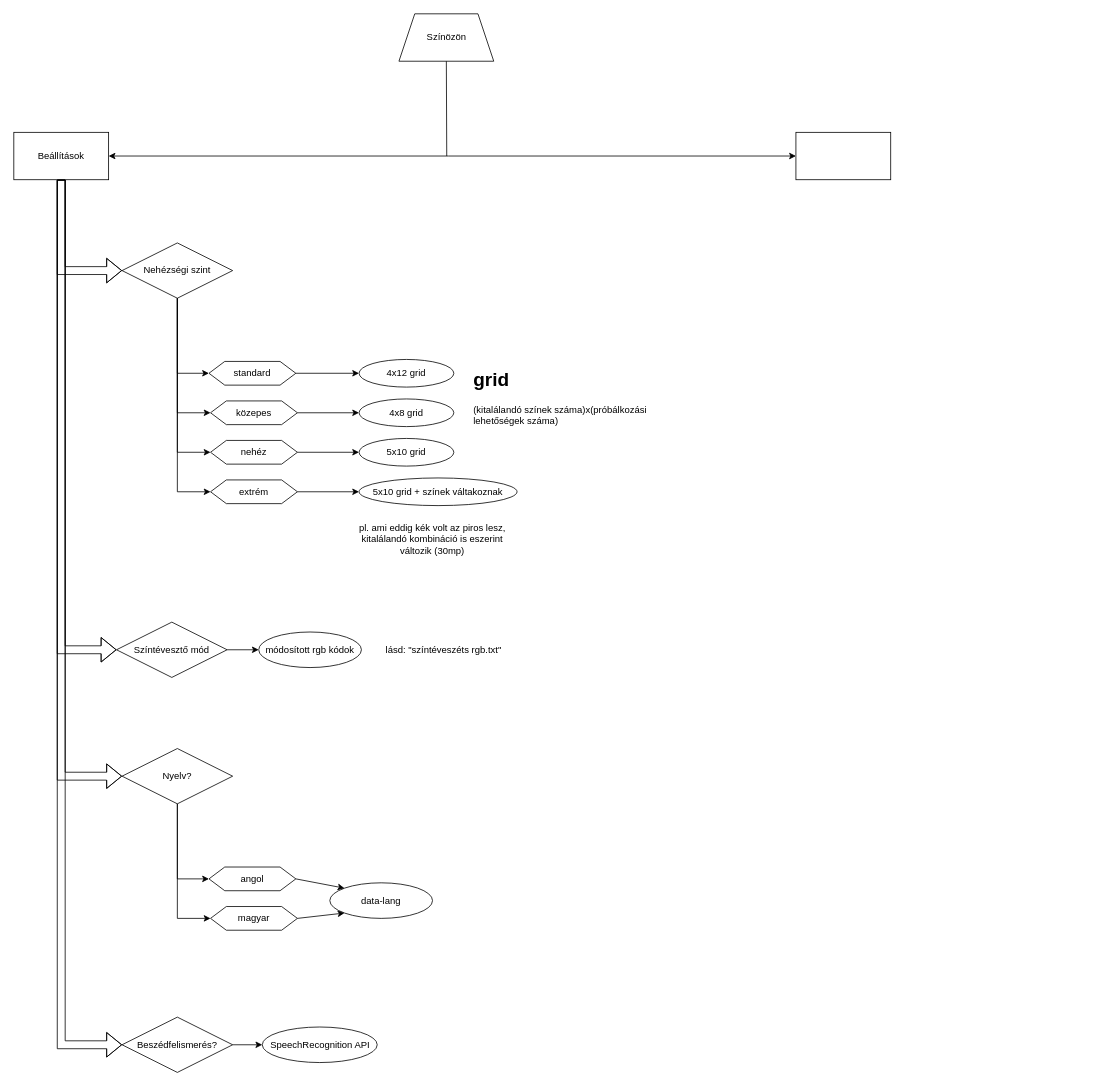
Before: Terv/szinozon folyamatábra.drawio in tbrjedlik/szinozon, a draw.io diagram. Source tidied: cells renumbered, new cells numbered last; positions are measured from the earlier drawing's top-left corner, leaving out a move shared by most shapes. Both pictures are drawn from the tidied source at 79%, with x=0, y=0 at pixel (13, 13).
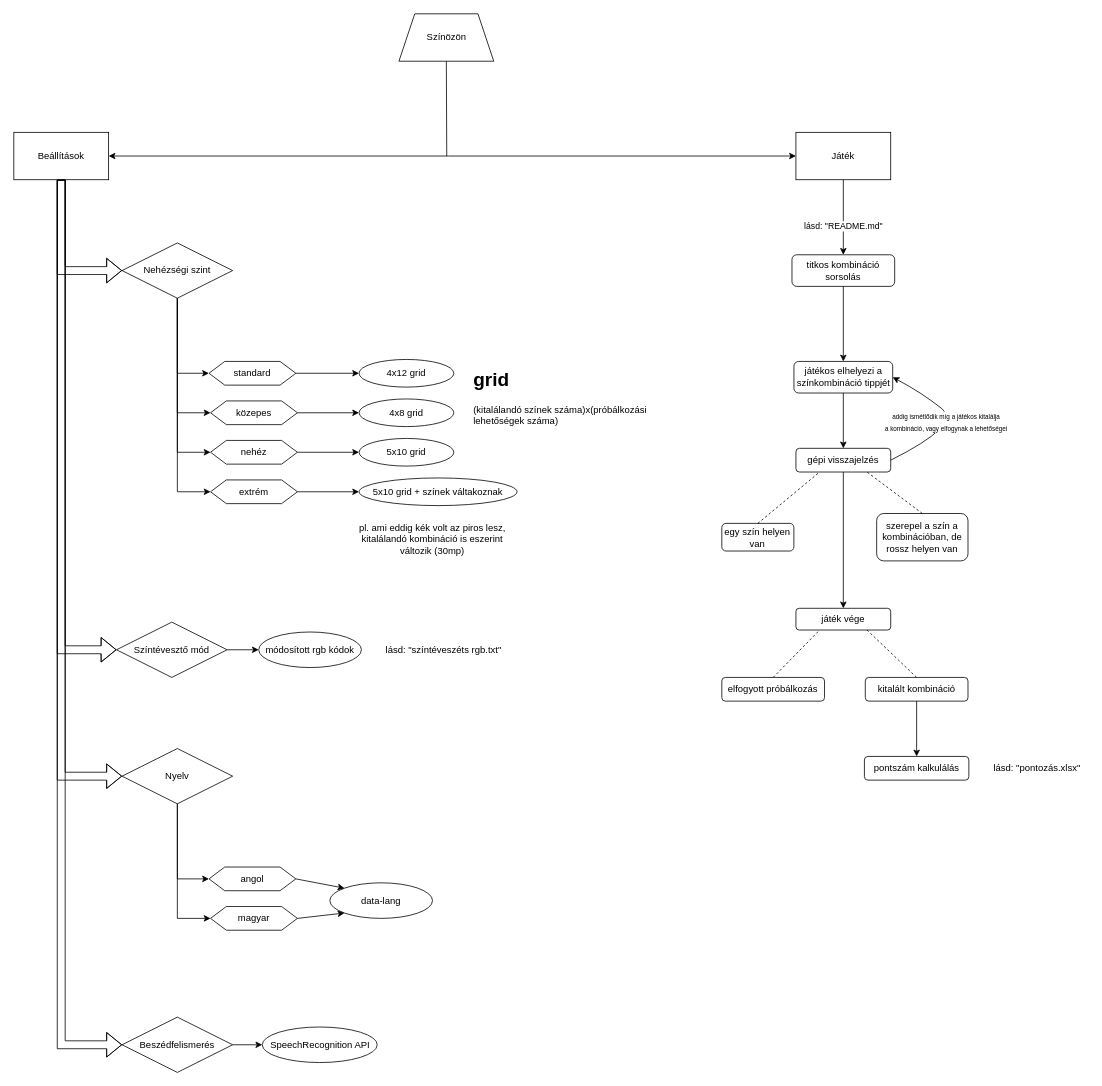
After the change.

Commit message (it also covers changes not shown here):
játékmenet folyamatábra

The edit, as a diff of the source:
```diff
@@
-    <mxCell id="3" style="rounded=0;whiteSpace=wrap;html=1;" parent="1" vertex="1">
+    <mxCell id="3" value="Játék" style="rounded=0;whiteSpace=wrap;html=1;" parent="1" vertex="1">
       <mxGeometry x="990" y="150" width="120" height="60" as="geometry" />
     </mxCell>
@@
-    <mxCell id="30" value="Beszédfelismerés?" style="rhombus;whiteSpace=wrap;html=1;" parent="1" vertex="1">
+    <mxCell id="30" value="Beszédfelismerés" style="rhombus;whiteSpace=wrap;html=1;" parent="1" vertex="1">
       <mxGeometry x="137" y="1270" width="140" height="70" as="geometry" />
     </mxCell>
@@
-    <mxCell id="33" value="Nyelv?" style="rhombus;whiteSpace=wrap;html=1;" parent="1" vertex="1">
+    <mxCell id="33" value="Nyelv" style="rhombus;whiteSpace=wrap;html=1;" parent="1" vertex="1">
       <mxGeometry x="137" y="930" width="140" height="70" as="geometry" />
     </mxCell>
@@
+    <mxCell id="45" style="endArrow=classic;html=1;rounded=0;exitX=0.5;exitY=1;exitDx=0;exitDy=0;entryX=0.5;entryY=0;entryDx=0;entryDy=0;" parent="1" edge="1" source="3" target="47">
+      <mxGeometry relative="1" as="geometry" />
+    </mxCell>
+    <mxCell id="46" value="lásd: &quot;README.md&quot;" style="edgeLabel;html=1;align=center;verticalAlign=middle;" parent="45" vertex="1">
+      <mxGeometry x="0.23" y="-1" relative="1" as="geometry" />
+    </mxCell>
+    <mxCell id="47" value="titkos kombináció sorsolás" style="rounded=1;whiteSpace=wrap;html=1;" parent="1" vertex="1">
+      <mxGeometry x="985" y="305" width="130" height="40" as="geometry" />
+    </mxCell>
+    <mxCell id="48" style="endArrow=classic;html=1;rounded=0;exitX=0.5;exitY=1;exitDx=0;exitDy=0;entryX=0.5;entryY=0;entryDx=0;entryDy=0;" parent="1" edge="1" source="47" target="49">
+      <mxGeometry relative="1" as="geometry" />
+    </mxCell>
+    <mxCell id="49" value="játékos elhelyezi a színkombináció tippjét" style="rounded=1;whiteSpace=wrap;html=1;" parent="1" vertex="1">
+      <mxGeometry x="987.5" y="440" width="125" height="40" as="geometry" />
+    </mxCell>
+    <mxCell id="50" value="egy szín helyen van" style="rounded=1;whiteSpace=wrap;html=1;" parent="1" vertex="1">
+      <mxGeometry x="896.2" y="645" width="91.2" height="35" as="geometry" />
+    </mxCell>
+    <mxCell id="51" value="szerepel a szín a kombinációban, de rossz helyen van" style="rounded=1;whiteSpace=wrap;html=1;" parent="1" vertex="1">
+      <mxGeometry x="1092.2" y="632.5" width="115.6" height="60" as="geometry" />
+    </mxCell>
+    <mxCell id="52" value="gépi visszajelzés" style="rounded=1;whiteSpace=wrap;html=1;" parent="1" vertex="1">
+      <mxGeometry x="990" y="550" width="120" height="30" as="geometry" />
+    </mxCell>
+    <mxCell id="53" style="endArrow=classic;html=1;rounded=0;exitX=0.5;exitY=1;exitDx=0;exitDy=0;entryX=0.5;entryY=0;entryDx=0;entryDy=0;" parent="1" edge="1" source="49" target="52">
+      <mxGeometry relative="1" as="geometry" />
+    </mxCell>
+    <mxCell id="54" style="endArrow=none;dashed=1;html=1;rounded=0;exitX=0.5;exitY=0;exitDx=0;exitDy=0;entryX=0.25;entryY=1;entryDx=0;entryDy=0;" parent="1" edge="1" source="50" target="52">
+      <mxGeometry relative="1" as="geometry" />
+    </mxCell>
+    <mxCell id="55" style="endArrow=none;dashed=1;html=1;rounded=0;exitX=0.5;exitY=0;exitDx=0;exitDy=0;entryX=0.75;entryY=1;entryDx=0;entryDy=0;" parent="1" edge="1" source="51" target="52">
+      <mxGeometry relative="1" as="geometry" />
+    </mxCell>
+    <mxCell id="56" style="curved=1;endArrow=classic;html=1;rounded=0;entryX=1;entryY=0.5;entryDx=0;entryDy=0;exitX=1;exitY=0.5;exitDx=0;exitDy=0;" parent="1" edge="1" source="52" target="49">
+      <mxGeometry relative="1" as="geometry">
+        <Array as="points">
+          <mxPoint x="1200" y="520" />
+          <mxPoint x="1150" y="480" />
+        </Array>
+      </mxGeometry>
+    </mxCell>
+    <mxCell id="57" value="&lt;font style=&quot;font-size: 8px;&quot;&gt;addig ismétlődik míg a játékos kitalálja&lt;/font&gt;&lt;div&gt;&lt;font style=&quot;font-size: 8px;&quot;&gt;a kombináció, vagy elfogynak a lehetőségei&lt;/font&gt;&lt;/div&gt;" style="edgeLabel;html=1;align=center;verticalAlign=middle;" parent="56" vertex="1">
+      <mxGeometry x="0.15" y="10" relative="1" as="geometry" />
+    </mxCell>
+    <mxCell id="58" style="endArrow=classic;html=1;rounded=0;exitX=0.5;exitY=1;exitDx=0;exitDy=0;entryX=0.5;entryY=0;entryDx=0;entryDy=0;" parent="1" edge="1" source="52" target="59">
+      <mxGeometry relative="1" as="geometry" />
+    </mxCell>
+    <mxCell id="59" value="játék vége" style="rounded=1;whiteSpace=wrap;html=1;" parent="1" vertex="1">
+      <mxGeometry x="990" y="752.5" width="120" height="27.5" as="geometry" />
+    </mxCell>
+    <mxCell id="60" style="endArrow=none;dashed=1;html=1;rounded=0;entryX=0.25;entryY=1;entryDx=0;entryDy=0;exitX=0.5;exitY=0;exitDx=0;exitDy=0;" parent="1" edge="1" source="62" target="59">
+      <mxGeometry relative="1" as="geometry" />
+    </mxCell>
+    <mxCell id="61" style="endArrow=none;dashed=1;html=1;rounded=0;entryX=0.75;entryY=1;entryDx=0;entryDy=0;exitX=0.5;exitY=0;exitDx=0;exitDy=0;" parent="1" edge="1" source="63" target="59">
+      <mxGeometry relative="1" as="geometry" />
+    </mxCell>
+    <mxCell id="62" value="elfogyott próbálkozás" style="rounded=1;whiteSpace=wrap;html=1;" parent="1" vertex="1">
+      <mxGeometry x="896.2" y="840" width="130" height="30" as="geometry" />
+    </mxCell>
+    <mxCell id="63" value="kitalált kombináció" style="rounded=1;whiteSpace=wrap;html=1;" parent="1" vertex="1">
+      <mxGeometry x="1077.8" y="840" width="130" height="30" as="geometry" />
+    </mxCell>
+    <mxCell id="64" style="endArrow=classic;html=1;rounded=0;exitX=0.5;exitY=1;exitDx=0;exitDy=0;entryX=0.5;entryY=0;entryDx=0;entryDy=0;" parent="1" edge="1" source="63" target="65">
+      <mxGeometry relative="1" as="geometry" />
+    </mxCell>
+    <mxCell id="65" value="pontszám kalkulálás" style="rounded=1;whiteSpace=wrap;html=1;" parent="1" vertex="1">
+      <mxGeometry x="1076.7" y="940" width="132.2" height="30" as="geometry" />
+    </mxCell>
+    <mxCell id="66" value="lásd: &quot;pontozás.xlsx&quot;" style="text;html=1;align=center;verticalAlign=middle;strokeColor=none;fillColor=none;" parent="1" vertex="1">
+      <mxGeometry x="1230" y="940" width="130" height="30" as="geometry" />
+    </mxCell>
```
